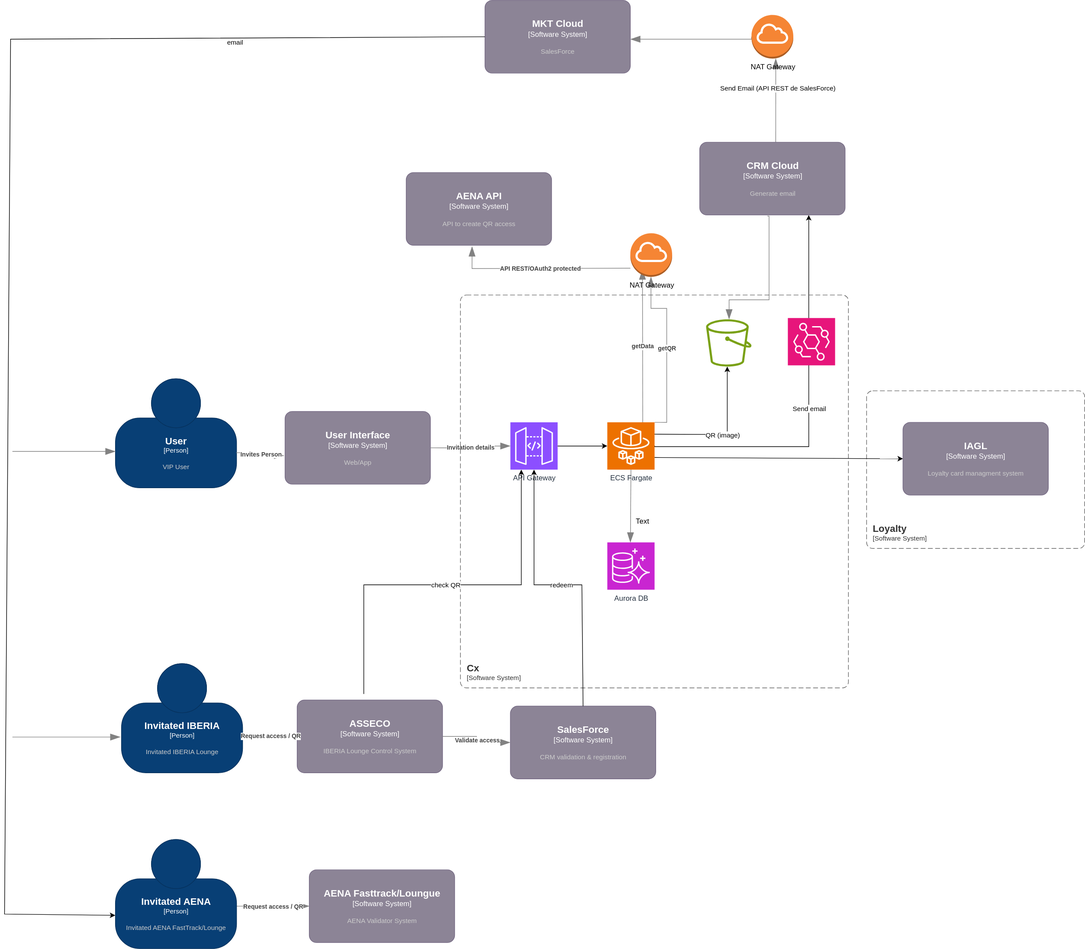
This is docs/src/diagrams/AWSStrategicDiagram.svg from Iberia-Ent/customer--customer-experience--invitation-to-vip-lounges--design, a draw.io export, as it was before one commit. Source tidied: cells renumbered, new cells last; positions are measured from the earlier drawing's top-left corner, leaving out a move shared by most shapes.
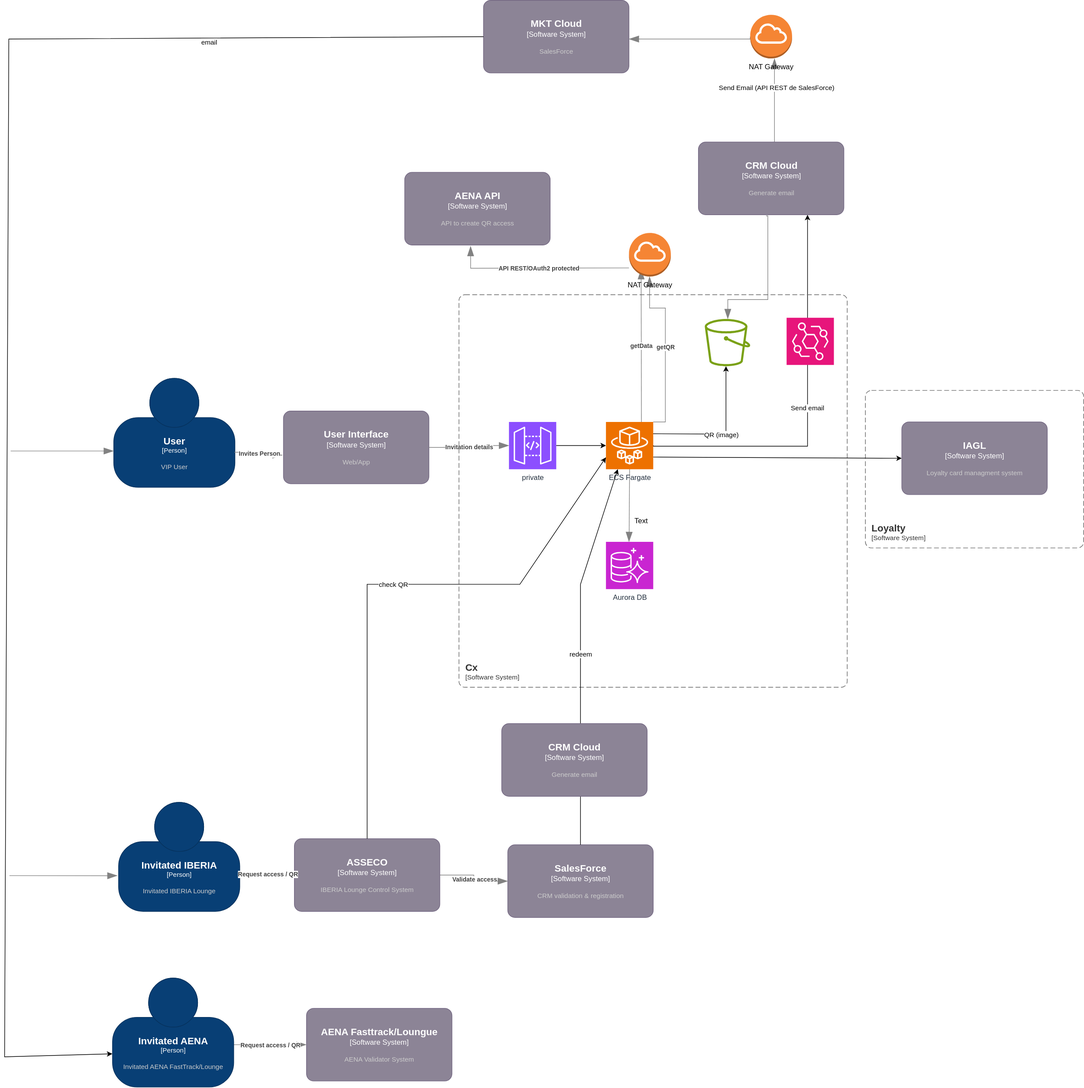
Later version of the same file.

The edit, as a diff of the source:
```diff
@@ -33,7 +33,7 @@
     </object>
     <object id="7" label="&lt;font style=&quot;font-size: 16px&quot;&gt;&lt;b&gt;%c4Name%&lt;/b&gt;&lt;/font&gt;&lt;div&gt;[%c4Type%]&lt;/div&gt;&lt;br&gt;&lt;div&gt;&lt;font style=&quot;font-size: 11px&quot;&gt;&lt;font color=&quot;#cccccc&quot;&gt;%c4Description%&lt;/font&gt;&lt;/div&gt;" c4Description="AENA Validator System" c4Name="AENA Fasttrack/Loungue" c4Type="Software System" placeholders="1">
       <mxCell style="rounded=1;whiteSpace=wrap;html=1;labelBackgroundColor=none;fillColor=#8C8496;fontColor=#ffffff;align=center;arcSize=10;strokeColor=#736782;points=[[0.25,0,0],[0.5,0,0],[0.75,0,0],[1,0.25,0],[1,0.5,0],[1,0.75,0],[0.75,1,0],[0.5,1,0],[0.25,1,0],[0,0.75,0],[0,0.5,0],[0,0.25,0]];" parent="1" vertex="1">
-        <mxGeometry x="503" y="1434" width="240" height="120" as="geometry" />
+        <mxGeometry x="501" y="1664" width="240" height="120" as="geometry" />
       </mxCell>
     </object>
     <object id="8" label="&lt;div style=&quot;text-align: left&quot;&gt;&lt;div style=&quot;text-align: center&quot;&gt;&lt;b&gt;%c4Description%&lt;/b&gt;&lt;/div&gt;" c4Description="Request access / QR" c4Type="Relationship" placeholders="1">
@@ -43,17 +43,17 @@
     </object>
     <object id="9" label="&lt;font style=&quot;font-size: 16px&quot;&gt;&lt;b&gt;%c4Name%&lt;/b&gt;&lt;/font&gt;&lt;div&gt;[%c4Type%]&lt;/div&gt;&lt;br&gt;&lt;div&gt;&lt;font style=&quot;font-size: 11px&quot;&gt;&lt;font color=&quot;#cccccc&quot;&gt;%c4Description%&lt;/font&gt;&lt;/div&gt;" c4Description="Invitated IBERIA Lounge" c4Name="Invitated IBERIA&#10;" c4Type="Person" placeholders="1">
       <mxCell style="html=1;fontSize=11;dashed=0;whiteSpace=wrap;fillColor=#083F75;strokeColor=#06315C;fontColor=#ffffff;shape=mxgraph.c4.person2;align=center;points=[[0.5,0,0],[1,0.5,0],[1,0.75,0],[0.75,1,0],[0.5,1,0],[0.25,1,0],[0,0.75,0],[0,0.5,0]];" parent="1" vertex="1">
-        <mxGeometry x="193" y="1094" width="200" height="180" as="geometry" />
+        <mxGeometry x="191" y="1324" width="200" height="180" as="geometry" />
       </mxCell>
     </object>
     <object id="10" label="&lt;font style=&quot;font-size: 16px&quot;&gt;&lt;b&gt;%c4Name%&lt;/b&gt;&lt;/font&gt;&lt;div&gt;[%c4Type%]&lt;/div&gt;&lt;br&gt;&lt;div&gt;&lt;font style=&quot;font-size: 11px&quot;&gt;&lt;font color=&quot;#cccccc&quot;&gt;%c4Description%&lt;/font&gt;&lt;/div&gt;" c4Description="Invitated AENA FastTrack/Lounge" c4Name="Invitated AENA" c4Type="Person" placeholders="1">
       <mxCell style="html=1;fontSize=11;dashed=0;whiteSpace=wrap;fillColor=#083F75;strokeColor=#06315C;fontColor=#ffffff;shape=mxgraph.c4.person2;align=center;points=[[0.5,0,0],[1,0.5,0],[1,0.75,0],[0.75,1,0],[0.5,1,0],[0.25,1,0],[0,0.75,0],[0,0.5,0]];" parent="1" vertex="1">
-        <mxGeometry x="183" y="1384" width="200" height="180" as="geometry" />
+        <mxGeometry x="181" y="1614" width="200" height="180" as="geometry" />
       </mxCell>
     </object>
     <object id="11" label="&lt;font style=&quot;font-size: 16px&quot;&gt;&lt;b&gt;%c4Name%&lt;/b&gt;&lt;/font&gt;&lt;div&gt;[%c4Type%]&lt;/div&gt;&lt;br&gt;&lt;div&gt;&lt;font style=&quot;font-size: 11px&quot;&gt;&lt;font color=&quot;#cccccc&quot;&gt;%c4Description%&lt;/font&gt;&lt;/div&gt;" c4Description="IBERIA Lounge Control System" c4Name="ASSECO" c4Type="Software System" placeholders="1">
       <mxCell style="rounded=1;whiteSpace=wrap;html=1;labelBackgroundColor=none;fillColor=#8C8496;fontColor=#ffffff;align=center;arcSize=10;strokeColor=#736782;points=[[0.25,0,0],[0.5,0,0],[0.75,0,0],[1,0.25,0],[1,0.5,0],[1,0.75,0],[0.75,1,0],[0.5,1,0],[0.25,1,0],[0,0.75,0],[0,0.5,0],[0,0.25,0]];" parent="1" vertex="1">
-        <mxGeometry x="483" y="1154" width="240" height="120" as="geometry" />
+        <mxGeometry x="481" y="1384" width="240" height="120" as="geometry" />
       </mxCell>
     </object>
     <object id="12" label="&lt;div style=&quot;text-align: left&quot;&gt;&lt;div style=&quot;text-align: center&quot;&gt;&lt;b&gt;%c4Description%&lt;/b&gt;&lt;/div&gt;" c4Description="Request access / QR" c4Type="Relationship" placeholders="1">
@@ -65,7 +65,7 @@
     </object>
     <object id="13" label="&lt;font style=&quot;font-size: 16px&quot;&gt;&lt;b&gt;%c4Name%&lt;/b&gt;&lt;/font&gt;&lt;div&gt;[%c4Type%]&lt;/div&gt;&lt;br&gt;&lt;div&gt;&lt;font style=&quot;font-size: 11px&quot;&gt;&lt;font color=&quot;#cccccc&quot;&gt;%c4Description%&lt;/font&gt;&lt;/div&gt;" c4Description="CRM validation &amp; registration " c4Name="SalesForce" c4Type="Software System" placeholders="1">
       <mxCell style="rounded=1;whiteSpace=wrap;html=1;labelBackgroundColor=none;fillColor=#8C8496;fontColor=#ffffff;align=center;arcSize=10;strokeColor=#736782;points=[[0.25,0,0],[0.5,0,0],[0.75,0,0],[1,0.25,0],[1,0.5,0],[1,0.75,0],[0.75,1,0],[0.5,1,0],[0.25,1,0],[0,0.75,0],[0,0.5,0],[0,0.25,0]];" parent="1" vertex="1">
-        <mxGeometry x="835" y="1164" width="240" height="120" as="geometry" />
+        <mxGeometry x="833" y="1394" width="240" height="120" as="geometry" />
       </mxCell>
     </object>
     <object id="14" label="&lt;div style=&quot;text-align: left&quot;&gt;&lt;div style=&quot;text-align: center&quot;&gt;&lt;b&gt;%c4Description%&lt;/b&gt;&lt;/div&gt;" c4Description="Validate access" c4Type="Relationship" placeholders="1">
@@ -80,7 +80,7 @@
         <mxGeometry x="663" y="284" width="240" height="120" as="geometry" />
       </mxCell>
     </object>
-    <mxCell id="16" value="API Gateway" style="sketch=0;points=[[0,0,0],[0.25,0,0],[0.5,0,0],[0.75,0,0],[1,0,0],[0,1,0],[0.25,1,0],[0.5,1,0],[0.75,1,0],[1,1,0],[0,0.25,0],[0,0.5,0],[0,0.75,0],[1,0.25,0],[1,0.5,0],[1,0.75,0]];outlineConnect=0;fontColor=#232F3E;fillColor=#8C4FFF;strokeColor=#ffffff;dashed=0;verticalLabelPosition=bottom;verticalAlign=top;align=center;html=1;fontSize=12;fontStyle=0;shape=mxgraph.aws4.resourceIcon;resIcon=mxgraph.aws4.api_gateway;" parent="1" vertex="1">
+    <mxCell id="16" value="private" style="sketch=0;points=[[0,0,0],[0.25,0,0],[0.5,0,0],[0.75,0,0],[1,0,0],[0,1,0],[0.25,1,0],[0.5,1,0],[0.75,1,0],[1,1,0],[0,0.25,0],[0,0.5,0],[0,0.75,0],[1,0.25,0],[1,0.5,0],[1,0.75,0]];outlineConnect=0;fontColor=#232F3E;fillColor=#8C4FFF;strokeColor=#ffffff;dashed=0;verticalLabelPosition=bottom;verticalAlign=top;align=center;html=1;fontSize=12;fontStyle=0;shape=mxgraph.aws4.resourceIcon;resIcon=mxgraph.aws4.api_gateway;" parent="1" vertex="1">
       <mxGeometry x="835" y="696" width="78" height="78" as="geometry" />
     </mxCell>
     <object id="17" label="&lt;div style=&quot;text-align: left&quot;&gt;&lt;div style=&quot;text-align: center&quot;&gt;&lt;b&gt;%c4Description%&lt;/b&gt;&lt;/div&gt;" c4Description="API REST/OAuth2 protected" c4Type="Relationship" placeholders="1">
@@ -186,7 +186,7 @@
     <object id="33" label="" c4Type="Relationship" placeholders="1">
       <mxCell style="endArrow=blockThin;html=1;fontSize=10;fontColor=#404040;strokeWidth=1;endFill=1;strokeColor=#828282;elbow=vertical;endSize=14;startSize=14;jumpStyle=arc;jumpSize=16;rounded=0;edgeStyle=orthogonalEdgeStyle;entryX=-0.01;entryY=0.672;entryDx=0;entryDy=0;entryPerimeter=0;" parent="1" edge="1" target="9">
         <mxGeometry relative="1" as="geometry">
-          <mxPoint x="13" y="1215" as="sourcePoint" />
+          <mxPoint x="11" y="1445" as="sourcePoint" />
         </mxGeometry>
       </mxCell>
     </object>
@@ -200,7 +200,7 @@
         <mxPoint x="793" y="60" as="sourcePoint" />
         <Array as="points">
           <mxPoint x="10" y="64" />
-          <mxPoint y="1507" />
+          <mxPoint x="3" y="1744" />
         </Array>
       </mxGeometry>
     </mxCell>
@@ -221,11 +221,10 @@
     <mxCell id="39" value="Aurora DB" style="sketch=0;fontColor=#232F3E;fillColor=#C925D1;strokeColor=#ffffff;dashed=0;verticalLabelPosition=bottom;verticalAlign=top;align=center;html=1;fontSize=12;fontStyle=0;shape=mxgraph.aws4.resourceIcon;resIcon=mxgraph.aws4.aurora;" parent="1" vertex="1">
       <mxGeometry x="995" y="894" width="78" height="78" as="geometry" />
     </mxCell>
-    <mxCell id="40" value="redeem" style="endArrow=classic;html=1;rounded=0;exitX=0.5;exitY=0;exitDx=0;exitDy=0;exitPerimeter=0;" parent="1" edge="1" source="13" target="16">
+    <mxCell id="40" value="redeem" style="endArrow=classic;html=1;rounded=0;exitX=0.5;exitY=0;exitDx=0;exitDy=0;exitPerimeter=0;entryX=0.25;entryY=1;entryDx=0;entryDy=0;entryPerimeter=0;" parent="1" edge="1" source="13" target="38">
       <mxGeometry relative="1" as="geometry">
         <Array as="points">
           <mxPoint x="953" y="964" />
-          <mxPoint x="874" y="964" />
         </Array>
       </mxGeometry>
     </mxCell>
@@ -250,15 +249,18 @@
         <mxGeometry x="1483" y="696" width="240" height="120" as="geometry" />
       </mxCell>
     </object>
-    <mxCell id="46" value="check QR" style="endArrow=classic;html=1;rounded=0;" parent="1" edge="1">
+    <mxCell id="46" value="check QR" style="endArrow=classic;html=1;rounded=0;entryX=0;entryY=0.75;entryDx=0;entryDy=0;entryPerimeter=0;" parent="1" edge="1" source="11" target="38">
       <mxGeometry relative="1" as="geometry">
-        <mxPoint x="593" y="1144" as="sourcePoint" />
-        <mxPoint x="853" y="774" as="targetPoint" />
         <Array as="points">
-          <mxPoint x="593" y="964" />
+          <mxPoint x="601" y="964" />
           <mxPoint x="853" y="964" />
         </Array>
       </mxGeometry>
     </mxCell>
+    <object id="47" label="&lt;font style=&quot;font-size: 16px&quot;&gt;&lt;b&gt;%c4Name%&lt;/b&gt;&lt;/font&gt;&lt;div&gt;[%c4Type%]&lt;/div&gt;&lt;br&gt;&lt;div&gt;&lt;font style=&quot;font-size: 11px&quot;&gt;&lt;font color=&quot;#cccccc&quot;&gt;%c4Description%&lt;/font&gt;&lt;/div&gt;" c4Description="Generate email" c4Name="CRM Cloud" c4Type="Software System" placeholders="1">
+      <mxCell style="rounded=1;whiteSpace=wrap;html=1;labelBackgroundColor=none;fillColor=#8C8496;fontColor=#ffffff;align=center;arcSize=10;strokeColor=#736782;" parent="1" vertex="1">
+        <mxGeometry x="823" y="1194" width="240" height="120" as="geometry" />
+      </mxCell>
+    </object>
   </root>
 </mxGraphModel>
```
